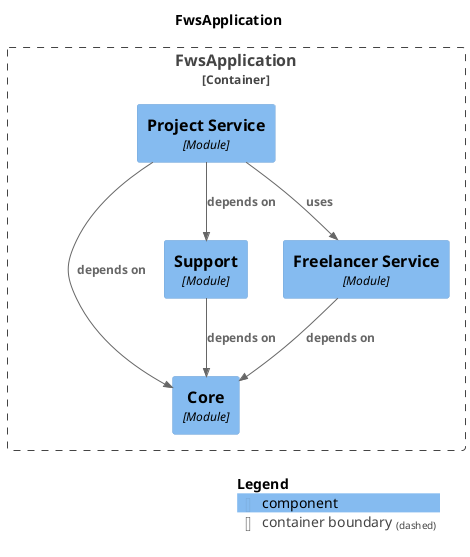
krloxz/fws-application keeps this PlantUML diagram as docs/modules/components.png. Above is the earlier version.
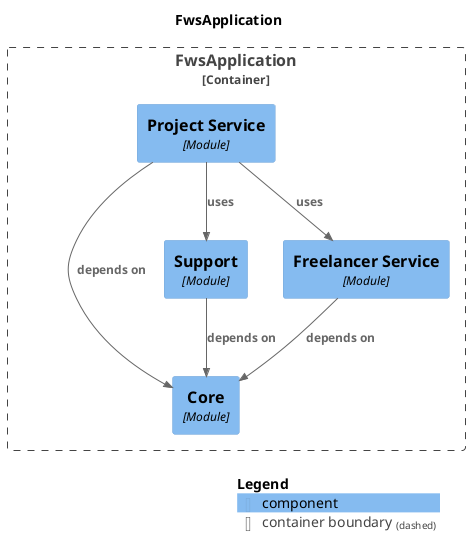
The same file after the commit.

Diff of the diagram source:
```diff
@@ -15,11 +15,11 @@
   Component(FwsApplication.FwsApplication.FreelancerService, "Freelancer Service", $techn="Module", $descr="", $tags="", $link="")
 }
 
-Rel(FwsApplication.FwsApplication.ProjectService, FwsApplication.FwsApplication.Core, "depends on", $techn="", $tags="", $link="")
+Rel(FwsApplication.FwsApplication.ProjectService, FwsApplication.FwsApplication.Support, "uses", $techn="", $tags="", $link="")
 Rel(FwsApplication.FwsApplication.ProjectService, FwsApplication.FwsApplication.FreelancerService, "uses", $techn="", $tags="", $link="")
 Rel(FwsApplication.FwsApplication.Support, FwsApplication.FwsApplication.Core, "depends on", $techn="", $tags="", $link="")
 Rel(FwsApplication.FwsApplication.FreelancerService, FwsApplication.FwsApplication.Core, "depends on", $techn="", $tags="", $link="")
-Rel(FwsApplication.FwsApplication.ProjectService, FwsApplication.FwsApplication.Support, "depends on", $techn="", $tags="", $link="")
+Rel(FwsApplication.FwsApplication.ProjectService, FwsApplication.FwsApplication.Core, "depends on", $techn="", $tags="", $link="")
 
 SHOW_LEGEND(true)
 @enduml
```
